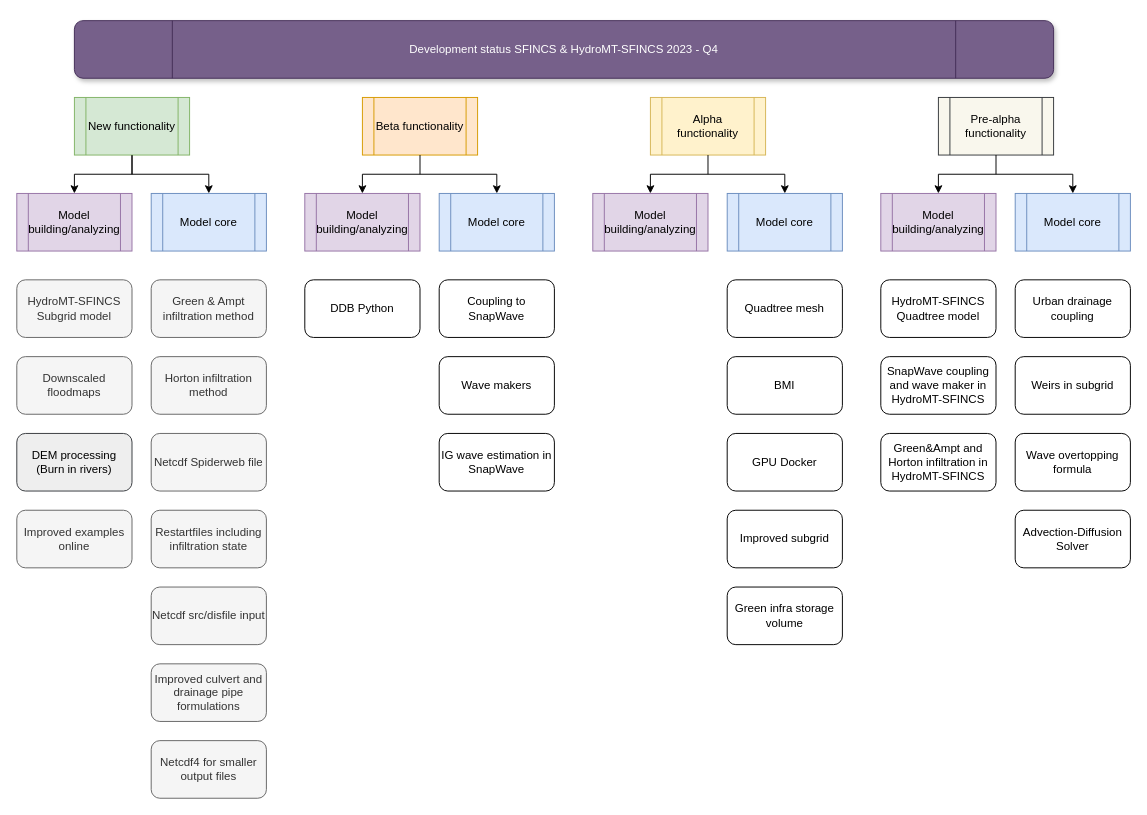
Deltares/SFINCS keeps this draw.io diagram as docs/figures/Overview_status_SFINCS.drawio. Above is the earlier version. Source tidied: cells renumbered, new cells numbered last; positions are measured from the earlier drawing's top-left corner, leaving out a move shared by most shapes. Both pictures are drawn from the tidied source at 96%, with x=0, y=0 at pixel (16, 20).
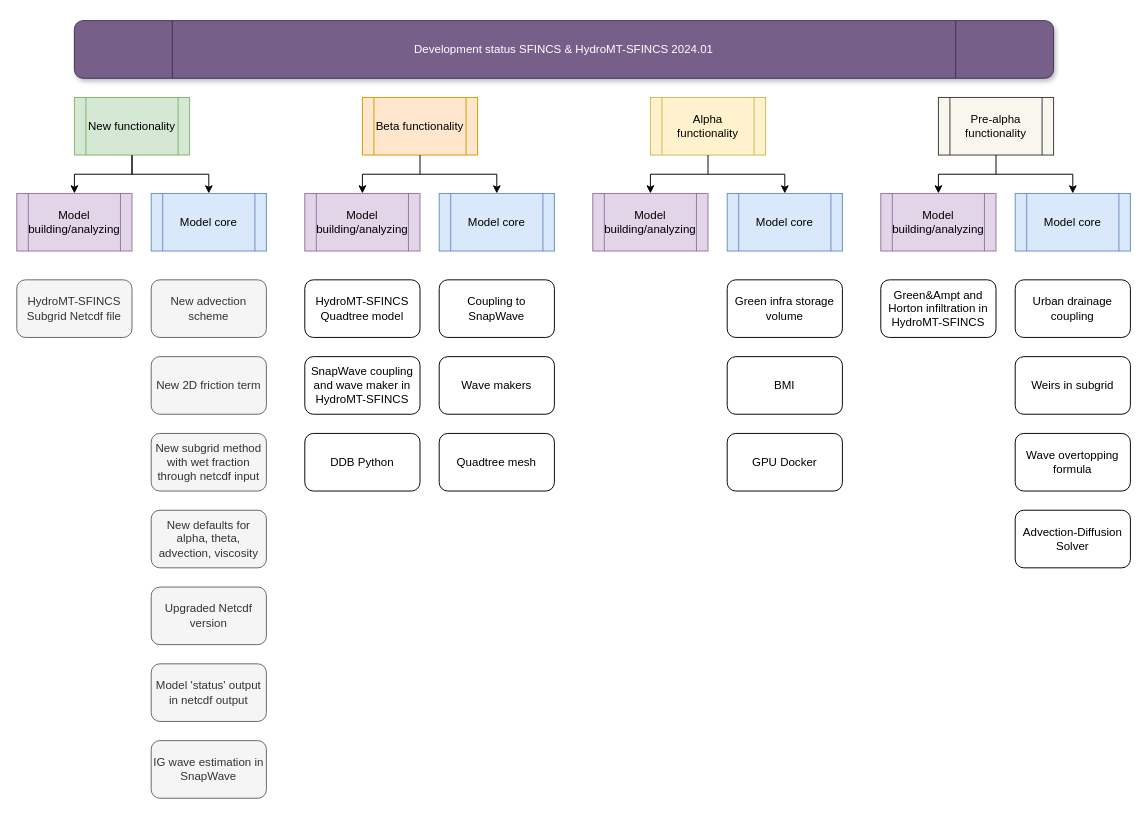
The same page after the edit.

Commit message (it also covers changes not shown here):
- Renewed development status figure

Diff of the diagram source:
```diff
@@
     <mxCell id="4" value="DDB Python" style="rounded=1;whiteSpace=wrap;html=1;" parent="1" vertex="1">
-      <mxGeometry x="300" y="270" width="120" height="60" as="geometry" />
+      <mxGeometry x="300" y="430" width="120" height="60" as="geometry" />
     </mxCell>
@@
     <mxCell id="6" value="Quadtree mesh" style="rounded=1;whiteSpace=wrap;html=1;" parent="1" vertex="1">
-      <mxGeometry x="740" y="270" width="120" height="60" as="geometry" />
+      <mxGeometry x="440" y="430" width="120" height="60" as="geometry" />
     </mxCell>
@@
     <mxCell id="8" value="Green infra storage volume" style="rounded=1;whiteSpace=wrap;html=1;" parent="1" vertex="1">
-      <mxGeometry x="740" y="590" width="120" height="60" as="geometry" />
+      <mxGeometry x="740" y="270" width="120" height="60" as="geometry" />
     </mxCell>
-    <mxCell id="9" value="DEM processing (Burn in rivers)" style="rounded=1;whiteSpace=wrap;html=1;fillColor=#eeeeee;strokeColor=#36393d;" parent="1" vertex="1">
-      <mxGeometry y="430" width="120" height="60" as="geometry" />
-    </mxCell>
@@
-    <mxCell id="13" value="Downscaled floodmaps" style="rounded=1;whiteSpace=wrap;html=1;fillColor=#f5f5f5;fontColor=#333333;strokeColor=#666666;" parent="1" vertex="1">
-      <mxGeometry y="350" width="120" height="60" as="geometry" />
-    </mxCell>
@@
-    <mxCell id="17" value="HydroMT-SFINCS&lt;br&gt;Subgrid model" style="rounded=1;whiteSpace=wrap;html=1;fillColor=#f5f5f5;fontColor=#333333;strokeColor=#666666;" parent="1" vertex="1">
+    <mxCell id="17" value="HydroMT-SFINCS&lt;br&gt;Subgrid Netcdf file" style="rounded=1;whiteSpace=wrap;html=1;fillColor=#f5f5f5;fontColor=#333333;strokeColor=#666666;" parent="1" vertex="1">
       <mxGeometry y="270" width="120" height="60" as="geometry" />
     </mxCell>
-    <mxCell id="18" value="Green &amp;amp; Ampt infiltration method" style="rounded=1;whiteSpace=wrap;html=1;fillColor=#f5f5f5;fontColor=#333333;strokeColor=#666666;" parent="1" vertex="1">
-      <mxGeometry x="140" y="270" width="120" height="60" as="geometry" />
-    </mxCell>
-    <mxCell id="19" value="Horton infiltration method" style="rounded=1;whiteSpace=wrap;html=1;fillColor=#f5f5f5;fontColor=#333333;strokeColor=#666666;" parent="1" vertex="1">
-      <mxGeometry x="140" y="350" width="120" height="60" as="geometry" />
-    </mxCell>
@@
-    <mxCell id="24" value="IG wave estimation in SnapWave" style="rounded=1;whiteSpace=wrap;html=1;" parent="1" vertex="1">
-      <mxGeometry x="440" y="430" width="120" height="60" as="geometry" />
-    </mxCell>
-    <mxCell id="25" value="Netcdf Spiderweb file" style="rounded=1;whiteSpace=wrap;html=1;fillColor=#f5f5f5;fontColor=#333333;strokeColor=#666666;" parent="1" vertex="1">
-      <mxGeometry x="140" y="430" width="120" height="60" as="geometry" />
-    </mxCell>
@@
-    <mxCell id="31" value="Restartfiles including infiltration state" style="rounded=1;whiteSpace=wrap;html=1;fillColor=#f5f5f5;fontColor=#333333;strokeColor=#666666;" parent="1" vertex="1">
-      <mxGeometry x="140" y="510" width="120" height="60" as="geometry" />
+    <mxCell id="31" value="New advection scheme" style="rounded=1;whiteSpace=wrap;html=1;fillColor=#f5f5f5;fontColor=#333333;strokeColor=#666666;" parent="1" vertex="1">
+      <mxGeometry x="140" y="270" width="120" height="60" as="geometry" />
     </mxCell>
-    <mxCell id="32" value="Netcdf src/disfile input" style="rounded=1;whiteSpace=wrap;html=1;fillColor=#f5f5f5;fontColor=#333333;strokeColor=#666666;" parent="1" vertex="1">
-      <mxGeometry x="140" y="590" width="120" height="60" as="geometry" />
-    </mxCell>
-    <mxCell id="33" value="Improved culvert and drainage pipe formulations" style="rounded=1;whiteSpace=wrap;html=1;fillColor=#f5f5f5;fontColor=#333333;strokeColor=#666666;" parent="1" vertex="1">
-      <mxGeometry x="140" y="670" width="120" height="60" as="geometry" />
-    </mxCell>
-    <mxCell id="34" value="Improved examples online" style="rounded=1;whiteSpace=wrap;html=1;fillColor=#f5f5f5;fontColor=#333333;strokeColor=#666666;" parent="1" vertex="1">
-      <mxGeometry y="510" width="120" height="60" as="geometry" />
-    </mxCell>
-    <mxCell id="35" value="Netcdf4 for smaller output files" style="rounded=1;whiteSpace=wrap;html=1;fillColor=#f5f5f5;fontColor=#333333;strokeColor=#666666;" parent="1" vertex="1">
-      <mxGeometry x="140" y="750" width="120" height="60" as="geometry" />
-    </mxCell>
-    <mxCell id="36" value="Development status SFINCS &amp;amp; HydroMT-SFINCS 2023 - Q4" style="shape=process;whiteSpace=wrap;html=1;backgroundOutline=1;fillColor=#76608a;strokeColor=#432D57;rounded=1;shadow=1;fontColor=#ffffff;" parent="1" vertex="1">
+    <mxCell id="36" value="Development status SFINCS &amp;amp; HydroMT-SFINCS 2024.01" style="shape=process;whiteSpace=wrap;html=1;backgroundOutline=1;fillColor=#76608a;strokeColor=#432D57;rounded=1;shadow=1;fontColor=#ffffff;" parent="1" vertex="1">
       <mxGeometry x="60" width="1020" height="60" as="geometry" />
     </mxCell>
-    <mxCell id="37" value="Improved subgrid" style="rounded=1;whiteSpace=wrap;html=1;" parent="1" vertex="1">
-      <mxGeometry x="740" y="510" width="120" height="60" as="geometry" />
-    </mxCell>
@@
     <mxCell id="39" value="HydroMT-SFINCS&lt;br&gt;Quadtree model" style="rounded=1;whiteSpace=wrap;html=1;" parent="1" vertex="1">
-      <mxGeometry x="900" y="270" width="120" height="60" as="geometry" />
+      <mxGeometry x="300" y="270" width="120" height="60" as="geometry" />
     </mxCell>
@@
     <mxCell id="48" value="SnapWave coupling and wave maker in HydroMT-SFINCS" style="rounded=1;whiteSpace=wrap;html=1;" parent="1" vertex="1">
-      <mxGeometry x="900" y="350" width="120" height="60" as="geometry" />
+      <mxGeometry x="300" y="350" width="120" height="60" as="geometry" />
     </mxCell>
     <mxCell id="49" value="Green&amp;amp;Ampt and Horton infiltration in HydroMT-SFINCS" style="rounded=1;whiteSpace=wrap;html=1;" parent="1" vertex="1">
-      <mxGeometry x="900" y="430" width="120" height="60" as="geometry" />
+      <mxGeometry x="900" y="270" width="120" height="60" as="geometry" />
     </mxCell>
+    <mxCell id="50" value="Upgraded Netcdf version" style="rounded=1;whiteSpace=wrap;html=1;fillColor=#f5f5f5;fontColor=#333333;strokeColor=#666666;" parent="1" vertex="1">
+      <mxGeometry x="140" y="590" width="120" height="60" as="geometry" />
+    </mxCell>
+    <mxCell id="51" value="New 2D friction term" style="rounded=1;whiteSpace=wrap;html=1;fillColor=#f5f5f5;fontColor=#333333;strokeColor=#666666;" parent="1" vertex="1">
+      <mxGeometry x="140" y="350" width="120" height="60" as="geometry" />
+    </mxCell>
+    <mxCell id="52" value="New subgrid method with wet fraction through netcdf input" style="rounded=1;whiteSpace=wrap;html=1;fillColor=#f5f5f5;fontColor=#333333;strokeColor=#666666;" parent="1" vertex="1">
+      <mxGeometry x="140" y="430" width="120" height="60" as="geometry" />
+    </mxCell>
+    <mxCell id="53" value="New defaults for alpha, theta, advection, viscosity" style="rounded=1;whiteSpace=wrap;html=1;fillColor=#f5f5f5;fontColor=#333333;strokeColor=#666666;" parent="1" vertex="1">
+      <mxGeometry x="140" y="510" width="120" height="60" as="geometry" />
+    </mxCell>
+    <mxCell id="54" value="Model 'status' output in netcdf output" style="rounded=1;whiteSpace=wrap;html=1;fillColor=#f5f5f5;fontColor=#333333;strokeColor=#666666;" parent="1" vertex="1">
+      <mxGeometry x="140" y="670" width="120" height="60" as="geometry" />
+    </mxCell>
+    <mxCell id="24" value="IG wave estimation in SnapWave" style="rounded=1;whiteSpace=wrap;html=1;fillColor=#f5f5f5;fontColor=#333333;strokeColor=#666666;" parent="1" vertex="1">
+      <mxGeometry x="140" y="750" width="120" height="60" as="geometry" />
+    </mxCell>
```
